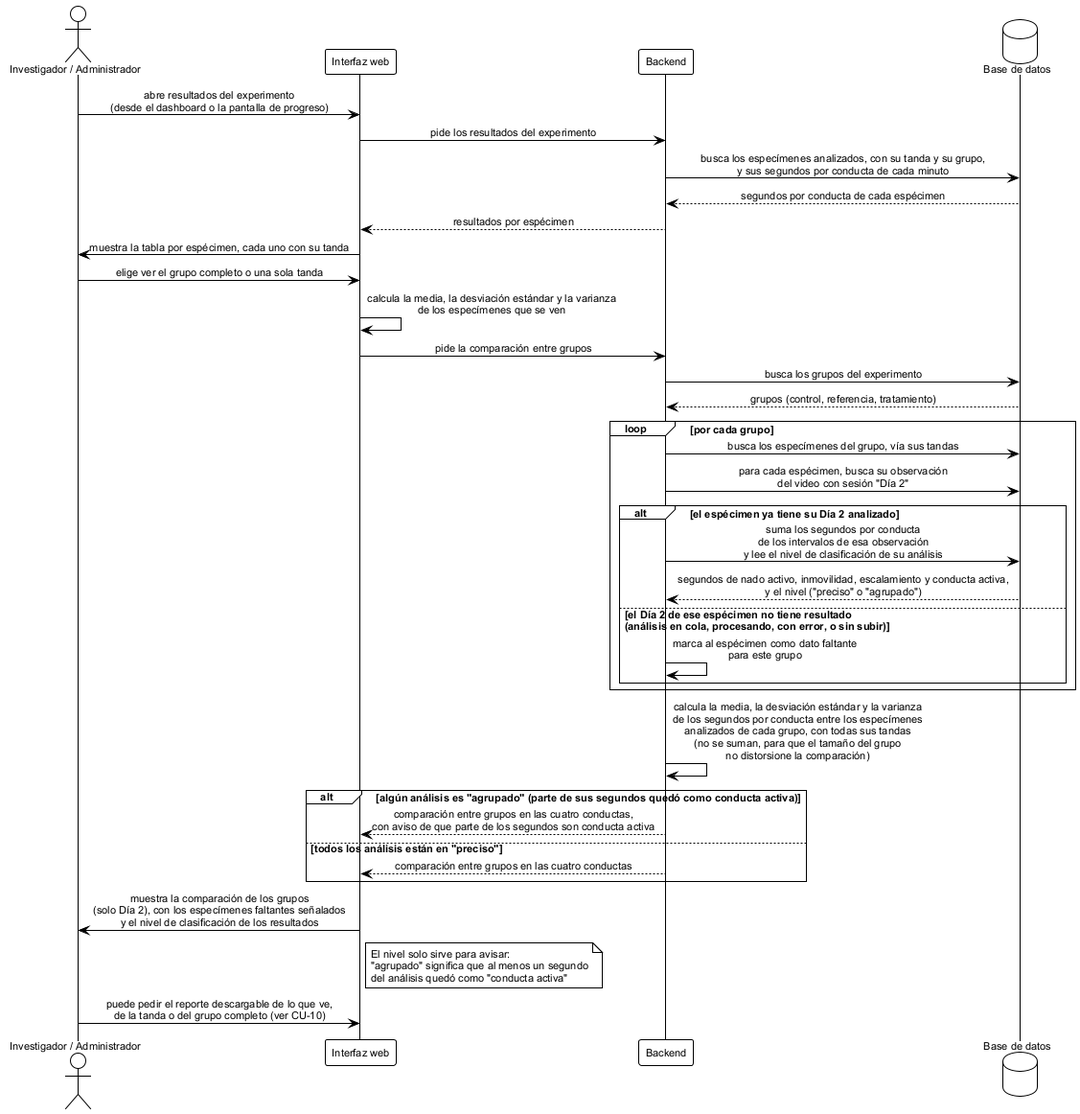
Above: figures/mermaid/seq_consulta_resultados.png in ErickJester/fst-ai-system-latex (PlantUML), before the change. Its diagram source:
```plantuml
@startuml seq_consulta_resultados

!theme plain
skinparam defaultFontName Arial
skinparam defaultFontSize 11
skinparam shadowing false
skinparam sequenceMessageAlign center
skinparam BoxPadding 10

actor "Investigador / Administrador" as inv
participant "Interfaz web" as ui
participant Backend as api
database "Base de datos" as db

inv -> ui: abre resultados del experimento\n(desde el dashboard o la pantalla de progreso)
ui -> api: pide los resultados del experimento
api -> db: busca los especímenes analizados, con su tanda y su grupo,\ny sus segundos por conducta de cada minuto
db --> api: segundos por conducta de cada espécimen
api --> ui: resultados por espécimen
ui -> inv: muestra la tabla por espécimen, cada uno con su tanda
inv -> ui: elige ver el grupo completo o una sola tanda
ui -> ui: calcula la media, la desviación estándar y la varianza\nde los especímenes que se ven
ui -> api: pide la comparación entre grupos
api -> db: busca los grupos del experimento

db --> api: grupos (control, referencia, tratamiento)

loop por cada grupo
  api -> db: busca los especímenes del grupo, vía sus tandas
  api -> db: para cada espécimen, busca su observación\ndel video con sesión "Día 2"

  alt el espécimen ya tiene su Día 2 analizado
    api -> db: suma los segundos por conducta\nde los intervalos de esa observación\ny lee el nivel de clasificación de su análisis
    db --> api: segundos de nado activo, inmovilidad, escalamiento y conducta activa,\ny el nivel ("preciso" o "agrupado")
  else el Día 2 de ese espécimen no tiene resultado\n(análisis en cola, procesando, con error, o sin subir)
    api -> api: marca al espécimen como dato faltante\npara este grupo
  end
end

api -> api: calcula la media, la desviación estándar y la varianza\nde los segundos por conducta entre los especímenes\nanalizados de cada grupo, con todas sus tandas\n(no se suman, para que el tamaño del grupo\nno distorsione la comparación)

alt algún análisis es "agrupado" (parte de sus segundos quedó como conducta activa)
  api --> ui: comparación entre grupos en las cuatro conductas,\ncon aviso de que parte de los segundos son conducta activa
else todos los análisis están en "preciso"
  api --> ui: comparación entre grupos en las cuatro conductas
end

ui -> inv: muestra la comparación de los grupos\n(solo Día 2), con los especímenes faltantes señalados\ny el nivel de clasificación de los resultados
note right of ui
  El nivel solo sirve para avisar:
  "agrupado" significa que al menos un segundo
  del análisis quedó como "conducta activa"
end note
inv -> ui: puede pedir el reporte descargable de lo que ve,\nde la tanda o del grupo completo (ver CU-10)

@enduml
```
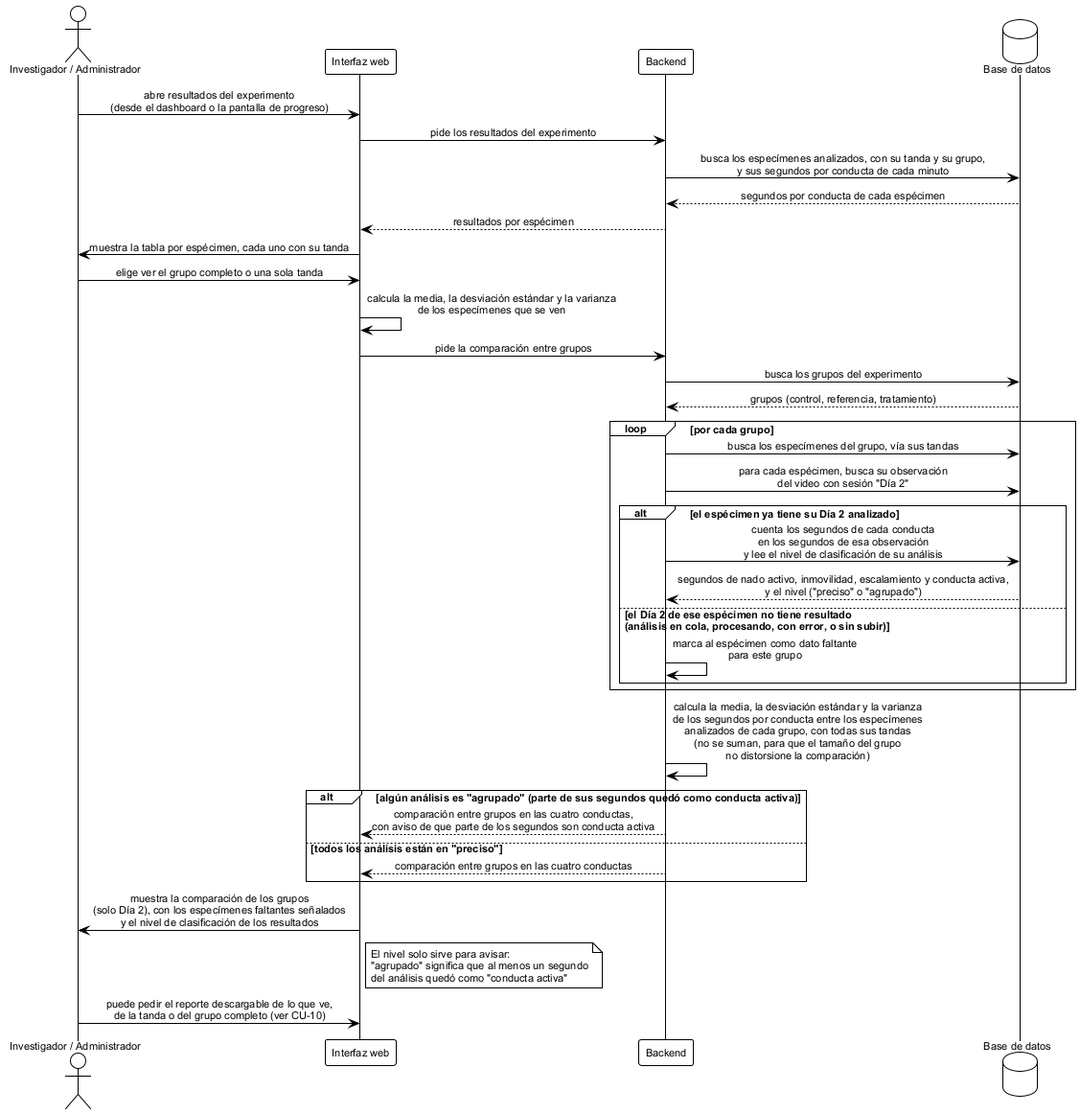
Later version of the same file.

Diff of the diagram source:
```diff
@@ -30,7 +30,7 @@
   api -> db: para cada espécimen, busca su observación\ndel video con sesión "Día 2"
 
   alt el espécimen ya tiene su Día 2 analizado
-    api -> db: suma los segundos por conducta\nde los intervalos de esa observación\ny lee el nivel de clasificación de su análisis
+    api -> db: cuenta los segundos de cada conducta\nen los segundos de esa observación\ny lee el nivel de clasificación de su análisis
     db --> api: segundos de nado activo, inmovilidad, escalamiento y conducta activa,\ny el nivel ("preciso" o "agrupado")
   else el Día 2 de ese espécimen no tiene resultado\n(análisis en cola, procesando, con error, o sin subir)
     api -> api: marca al espécimen como dato faltante\npara este grupo
```
